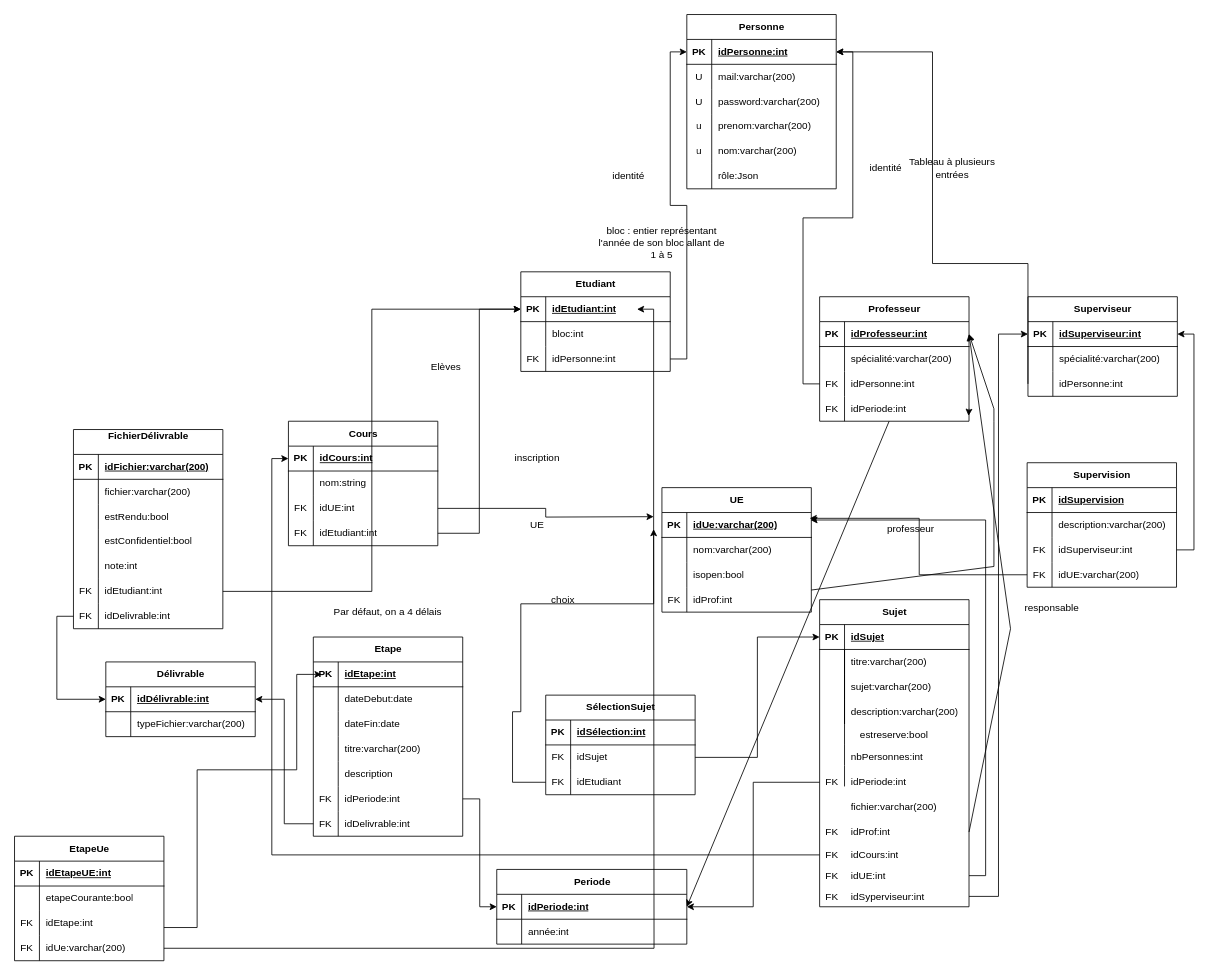
Above: page "Schéma relationnel" (1 of 2) of Docs/diagrammes/entiteRelationBD.drawio in Eragon6080/ProjetLogiciel2024 (draw.io), before the change. Source tidied: cells renumbered, new cells numbered last; positions are measured from the earlier drawing's top-left corner, leaving out a move shared by most shapes. Both pictures are drawn from the tidied source at 83%, with x=0, y=0 at pixel (14, 14).
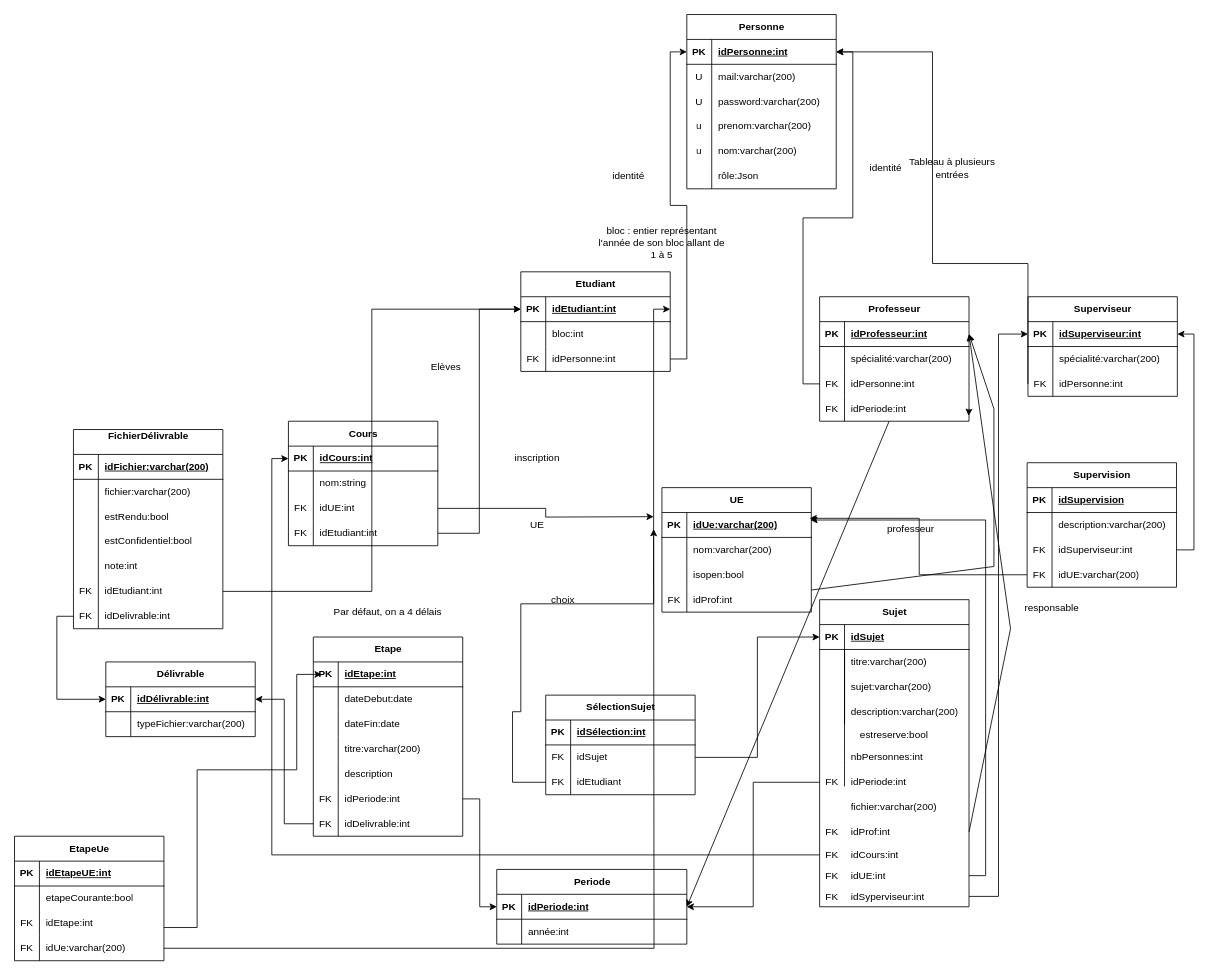
After the change.

Unchanged cells that the change refers to:
```xml
<mxCell id="74" style="shape=tableRow;horizontal=0;startSize=0;swimlaneHead=0;swimlaneBody=0;fillColor=none;points=[[0,0.5],[1,0.5]];portConstraint=eastwest;top=0;left=0;right=0;bottom=1;" parent="73" vertex="1">
  <mxGeometry y="30" width="180" height="30" as="geometry" />
</mxCell>
<mxCell id="137" style="shape=tableRow;horizontal=0;startSize=0;swimlaneHead=0;swimlaneBody=0;fillColor=none;points=[[0,0.5],[1,0.5]];portConstraint=eastwest;top=0;left=0;right=0;bottom=0;" parent="130" vertex="1">
  <mxGeometry y="90" width="180" height="30" as="geometry" />
</mxCell>
<mxCell id="188" style="shape=tableRow;horizontal=0;startSize=0;swimlaneHead=0;swimlaneBody=0;fillColor=none;points=[[0,0.5],[1,0.5]];portConstraint=eastwest;top=0;left=0;right=0;bottom=0;" parent="181" vertex="1">
  <mxGeometry y="90" width="180" height="30" as="geometry" />
</mxCell>
```

What changed in the source:
```diff
@@
-    <mxCell id="138" style="shape=partialRectangle;fillColor=none;top=0;left=0;bottom=0;right=0;overflow=hidden;whiteSpace=wrap;html=1;" parent="137" vertex="1">
+    <mxCell id="138" value="FK" style="shape=partialRectangle;fillColor=none;top=0;left=0;bottom=0;right=0;overflow=hidden;whiteSpace=wrap;html=1;" parent="137" vertex="1">
       <mxGeometry width="30" height="30" as="geometry" />
     </mxCell>
@@
-    <mxCell id="192" style="edgeStyle=orthogonalEdgeStyle;rounded=0;jettySize=auto;html=1;" parent="1" edge="1" source="188">
+    <mxCell id="192" style="edgeStyle=orthogonalEdgeStyle;rounded=0;jettySize=auto;html=1;entryX=1;entryY=0.5;entryDx=0;entryDy=0;" parent="1" edge="1" source="188" target="74">
       <mxGeometry relative="1" as="geometry">
-        <mxPoint x="750" y="355" as="targetPoint" />
         <Array as="points">
           <mxPoint x="600" y="925" />
           <mxPoint x="600" y="840" />
           <mxPoint x="610" y="840" />
           <mxPoint x="610" y="710" />
           <mxPoint x="770" y="710" />
           <mxPoint x="770" y="355" />
         </Array>
       </mxGeometry>
     </mxCell>
```
